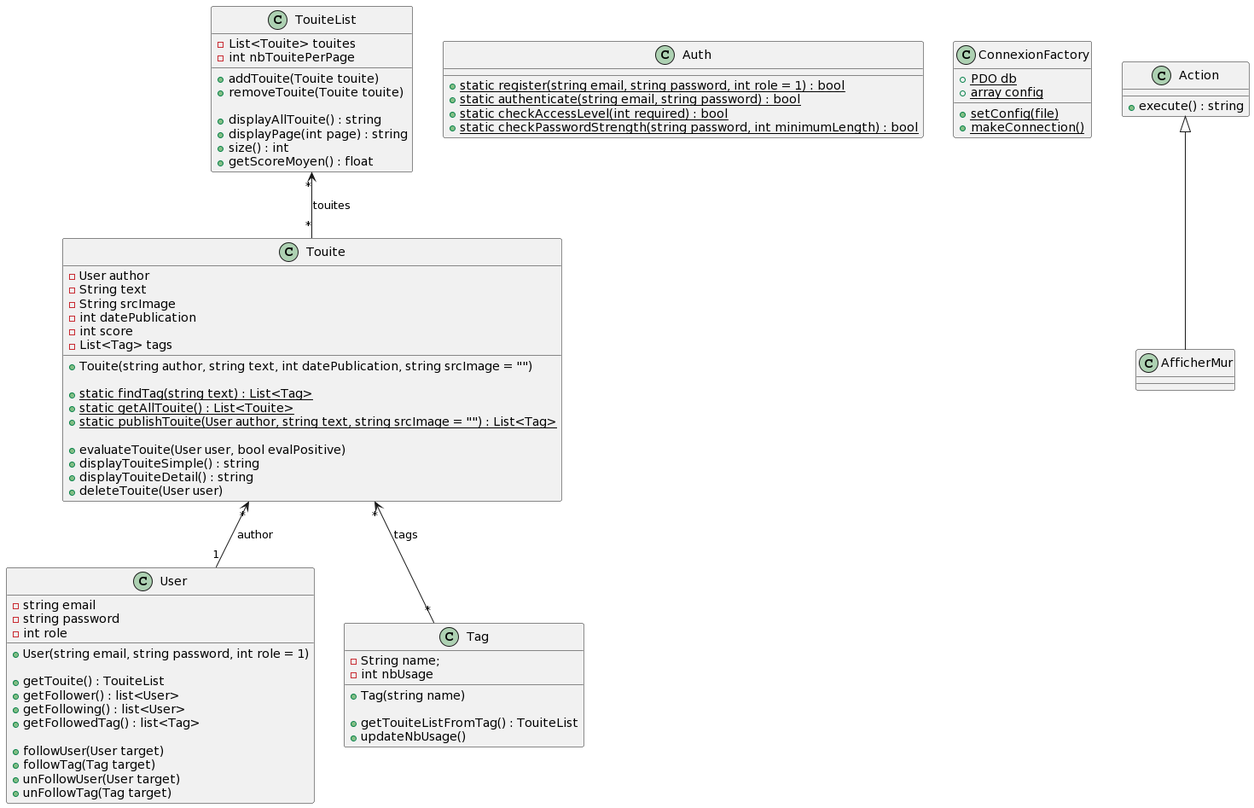
Fiera42/Touiteur keeps this PlantUML diagram as src/ressource/Class_diagram.png. Above is the earlier version.
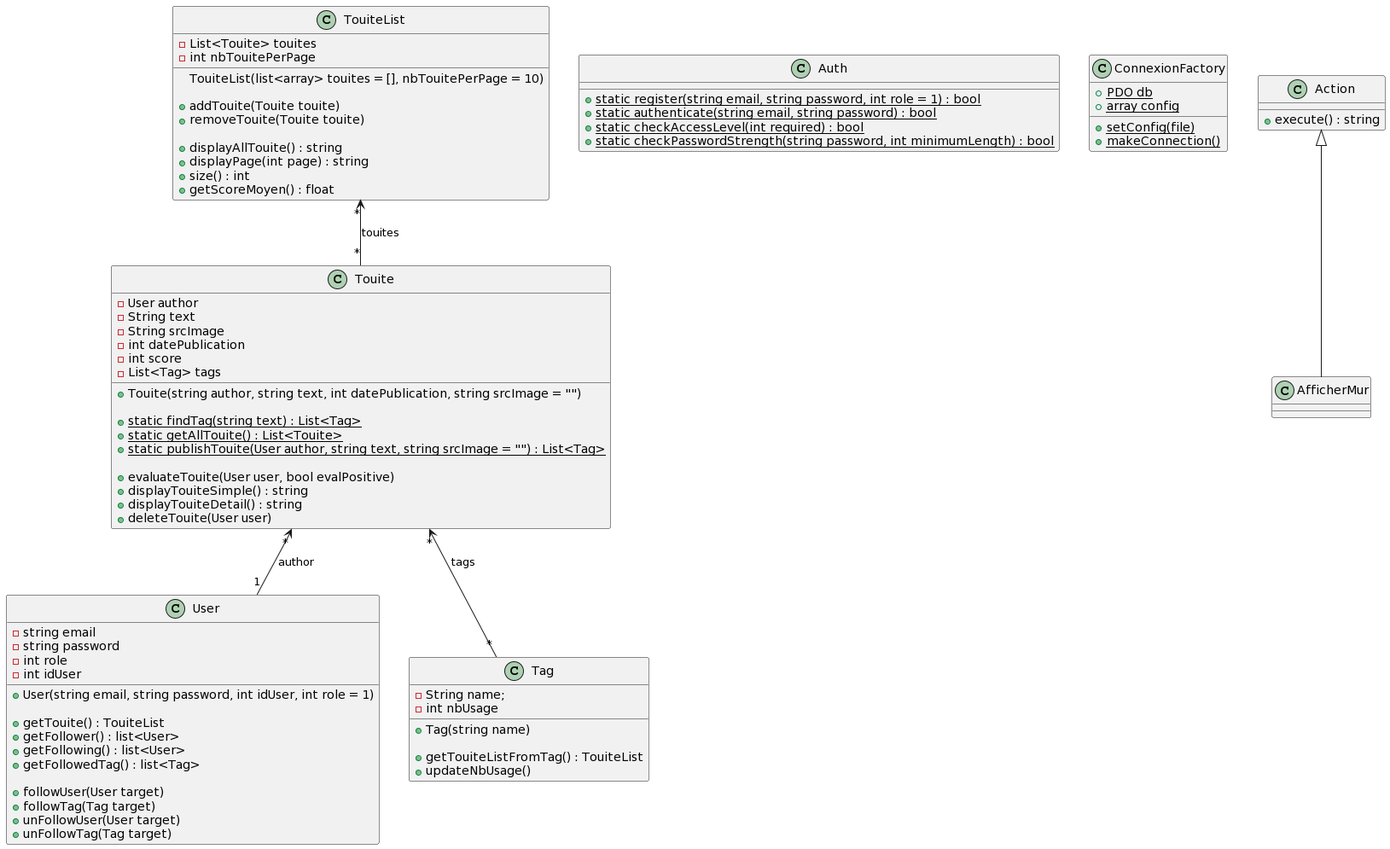
Above is the later version.

Change to the diagram source:
```diff
@@ -3,8 +3,9 @@
   -string email
   -string password
   -int role
+  -int idUser
 
-  +User(string email, string password, int role = 1)
+  +User(string email, string password, int idUser, int role = 1)
 
   +getTouite() : TouiteList
   +getFollower() : list<User>
@@ -54,6 +55,8 @@
   -List<Touite> touites
   -int nbTouitePerPage
 
+  TouiteList(list<array> touites = [], nbTouitePerPage = 10)
+
   +addTouite(Touite touite)
   +removeTouite(Touite touite)
 
```
